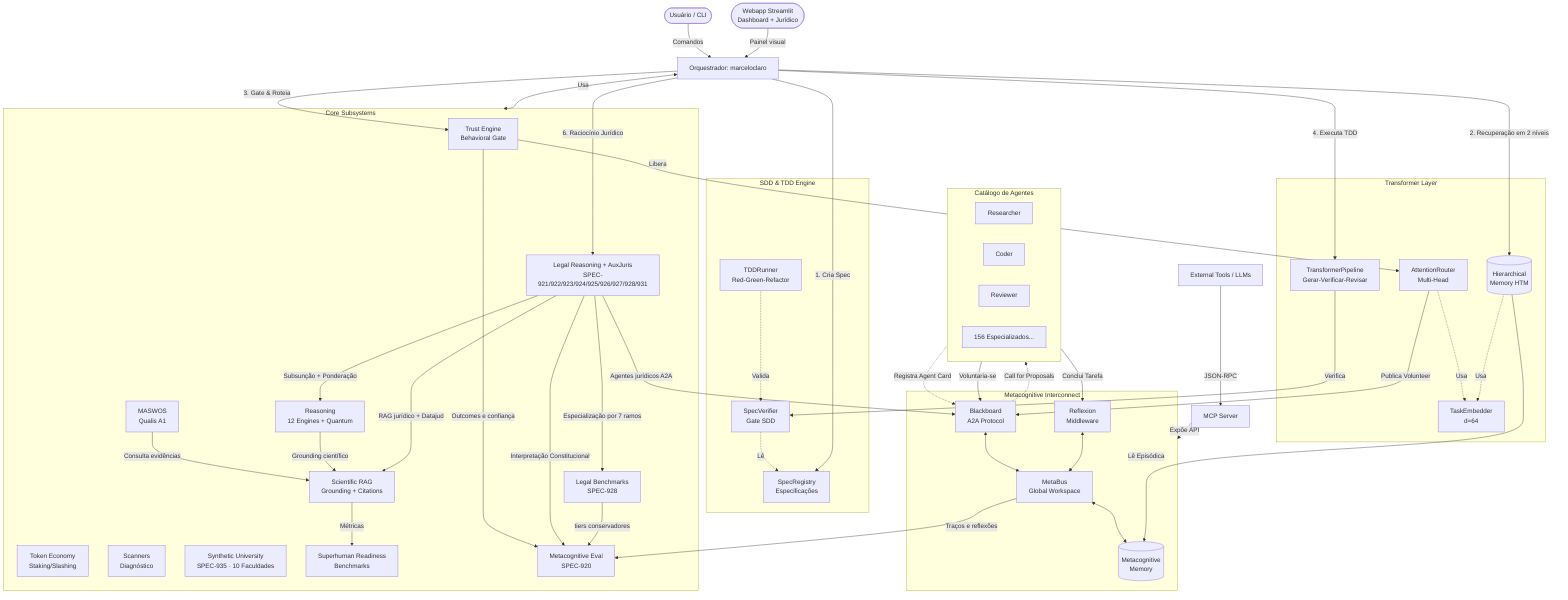
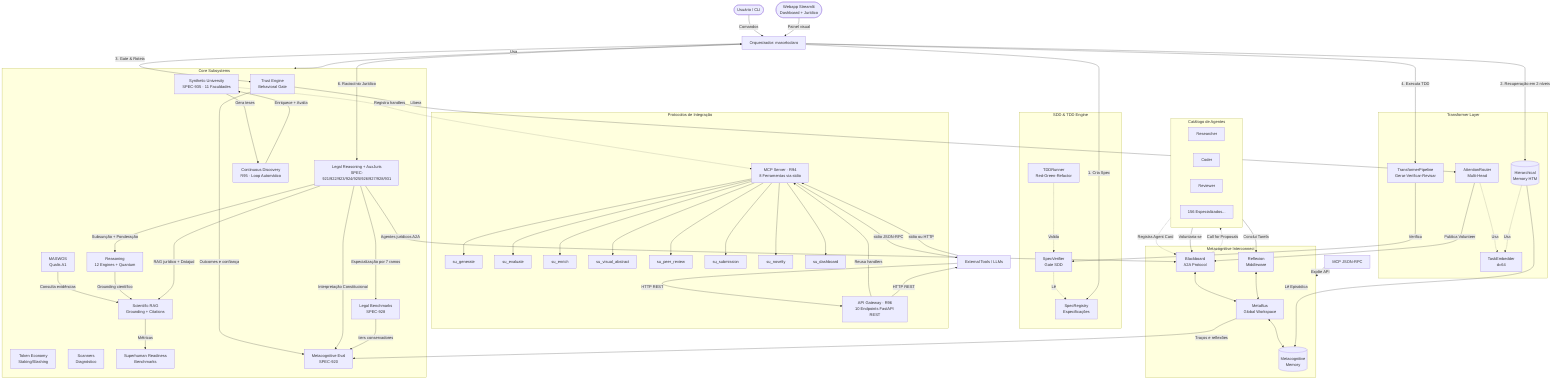
graph TD
    %% Atores e Orquestrador
    User([Usuário / CLI]) -->|Comandos| Orchestrator[Orquestrador: marceloclaro]
    WebUI([Webapp Streamlit<br>Dashboard + Jurídico]) -->|Painel visual| Orchestrator

    %% Camada SDD/TDD
    subgraph SDD [SDD & TDD Engine]
        Spec[SpecRegistry<br>Especificações]
        Ver[SpecVerifier<br>Gate SDD]
        TDD[TDDRunner<br>Red-Green-Refactor]

        TDD -.->|Valida| Ver
        Ver -.->|Lê| Spec
    end

    %% Camada Transformer
    subgraph TF [Transformer Layer]
        Attn[AttentionRouter<br>Multi-Head]
        Pipe[TransformerPipeline<br>Gerar-Verificar-Revisar]
        HTM[(Hierarchical<br>Memory HTM)]
        Emb[TaskEmbedder<br>d=64]

        Attn -.->|Usa| Emb
        HTM -.->|Usa| Emb
    end

-     %% Camada Core (Novos Subsistemas)
+     %% Camada Core (Subsistemas)
    subgraph Core [Core Subsystems]
        Trust[Trust Engine<br>Behavioral Gate]
        Eco[Token Economy<br>Staking/Slashing]
        Scan[Scanners<br>Diagnóstico]
        Acad[MASWOS<br>Qualis A1]
        Reason[Reasoning<br>12 Engines + Quantum]
        Legal[Legal Reasoning + AuxJuris<br>SPEC-921/922/923/924/925/926/927/928/931]
        LegalBench[Legal Benchmarks<br>SPEC-928]
-         SynthUniv[Synthetic University<br>SPEC-935 · 10 Faculdades]
+         SynthUniv[Synthetic University<br>SPEC-935 · 11 Faculdades]
        RAG[Scientific RAG<br>Grounding + Citations]
        Bench[Superhuman Readiness<br>Benchmarks]
        MetaEval[Metacognitive Eval<br>SPEC-920]
+         Discovery[Continuous Discovery<br>R95 · Loop Automático]
+     end
+ 
+     %% MCP + API Gateway
+     subgraph Protocols [Protocolos de Integração]
+         MCPServer[MCP Server · R94<br>8 Ferramentas via stdio]
+         APIGateway[API Gateway · R96<br>10 Endpoints FastAPI REST]
+         MCP_Gen[su_generate]
+         MCP_Eval[su_evaluate]
+         MCP_Enrich[su_enrich]
+         MCP_Visual[su_visual_abstract]
+         MCP_Review[su_peer_review]
+         MCP_Submit[su_submission]
+         MCP_Novelty[su_novelty]
+         MCP_Dash[su_dashboard]
    end

    %% Camada MCI
    subgraph MCI [Metacognitive Interconnect]
        MB[MetaBus<br>Global Workspace]
        BB[Blackboard<br>A2A Protocol]
        Mem[(Metacognitive<br>Memory)]
        Ref[Reflexion<br>Middleware]

        MB <--> Mem
        BB <--> MB
        Ref <--> MB
    end

    %% Orquestrador integra as camadas
    Orchestrator -->|1. Cria Spec| Spec
    Orchestrator -->|2. Recuperação em 2 níveis| HTM
    HTM -->|Lê Episódica| Mem
    Orchestrator -->|3. Gate & Roteia| Trust
    Trust -->|Libera| Attn
    Attn -->|Publica Volunteer| BB
    Orchestrator -->|4. Executa TDD| Pipe
    Pipe -->|Verifica| Ver
    Orchestrator <-->|Usa| Core
    Acad -->|Consulta evidências| RAG
    Reason -->|Grounding científico| RAG
    RAG -->|Métricas| Bench
    MB -->|Traços e reflexões| MetaEval
    Trust -->|Outcomes e confiança| MetaEval
    Orchestrator -->|6. Raciocínio Jurídico| Legal
    Legal -->|Subsunção + Ponderação| Reason
    Legal -->|Interpretação Constitucional| MetaEval
    Legal -->|RAG jurídico + Datajud| RAG
    Legal -->|Agentes jurídicos A2A| BB
    Legal -->|Especialização por 7 ramos| LegalBench
    LegalBench -->|tiers conservadores| MetaEval
+     SynthUniv -->|Gera teses| Discovery
+     Discovery -->|Enriquece + Avalia| SynthUniv
+ 
+     %% Integração MCP / API
+     SynthUniv -.->|Registra handlers| MCPServer
+     MCPServer --> MCP_Gen
+     MCPServer --> MCP_Eval
+     MCPServer --> MCP_Enrich
+     MCPServer --> MCP_Visual
+     MCPServer --> MCP_Review
+     MCPServer --> MCP_Submit
+     MCPServer --> MCP_Novelty
+     MCPServer --> MCP_Dash
+     MCPServer -->|stdio JSON-RPC| External
+     APIGateway -->|Reusa handlers| MCPServer
+     APIGateway -->|HTTP REST| External

    %% Agentes
    subgraph Agents [Catálogo de Agentes]
        A1[Researcher]
        A2[Coder]
        A3[Reviewer]
        A4[156 Especializados...]
    end

    %% Fluxo de Agentes
    Agents -.->|Registra Agent Card| BB
    BB -.->|Call for Proposals| Agents
    Agents -->|Voluntaria-se| BB
    Agents -->|Conclui Tarefa| Ref

    %% MCP
-     MCP[MCP Server] -->|Expõe API| MCI
-     External[External Tools / LLMs] -->|JSON-RPC| MCP
+     MCP_Node[MCP JSON-RPC] -->|Expõe API| MCI
+     External[External Tools / LLMs] -->|stdio ou HTTP| MCPServer
+     External -->|HTTP REST| APIGateway
